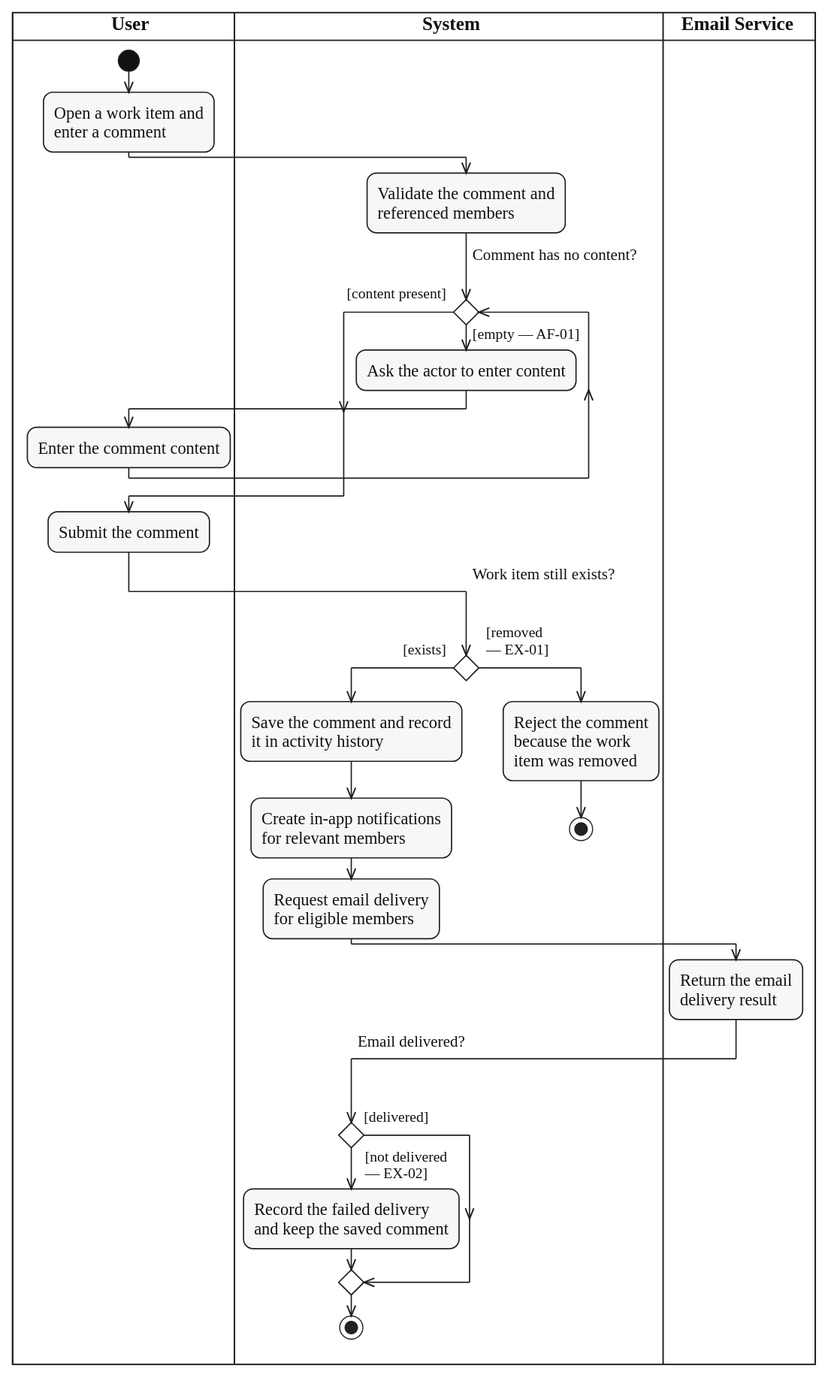
Above: diagrams/activity/collaboration-notification/svg/UC-WORK-ITEM-COMMENT.svg in lukenab/swd392-doc-automation (PlantUML), before the change. Its source is kept beside it as diagrams/activity/collaboration-notification/source/UC-WORK-ITEM-COMMENT.puml.
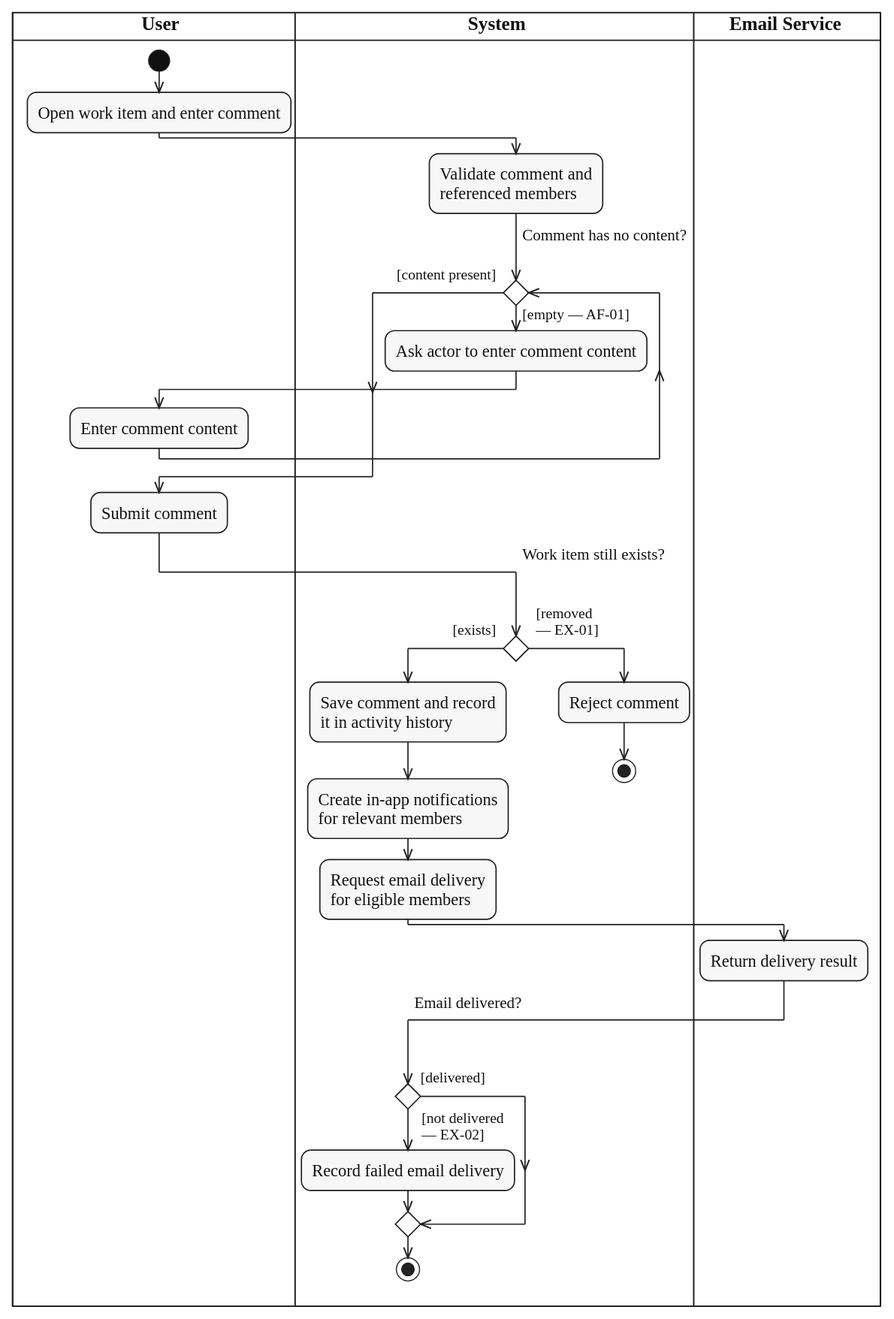
Later version of the same file.

Change to the diagram source:
```diff
@@ -6,41 +6,36 @@
 
 |USR|
 start
-:Open a work item and
-enter a comment;
+:Open work item and enter comment;
 |SYS|
-:Validate the comment and
+:Validate comment and
 referenced members;
 while ($question("Comment has no content?")) is ($guard_left("[empty — AF-01]"))
-  :Ask the actor to enter content;
+  :Ask actor to enter comment content;
   |USR|
-  :Enter the comment content;
+  :Enter comment content;
   |SYS|
 endwhile ($guard("[content present]"))
 |USR|
-:Submit the comment;
+:Submit comment;
 |SYS|
 if ($question_x("Work item still exists?")) then ($guard_left("[exists]"))
-  :Save the comment and record
+  :Save comment and record
   it in activity history;
   :Create in-app notifications
   for relevant members;
   :Request email delivery
   for eligible members;
   |EML|
-  :Return the email
-  delivery result;
+  :Return delivery result;
   |SYS|
   if ($question_x("Email delivered?")) then ($guard_left("[delivered]"))
   else ($guard_right("[not delivered", "— EX-02]"))
-    :Record the failed delivery
-    and keep the saved comment;
+    :Record failed email delivery;
   endif
   stop
 else ($guard_right("[removed", "— EX-01]"))
-  :Reject the comment
-  because the work
-  item was removed;
+  :Reject comment;
   stop
 endif
 @enduml
```
